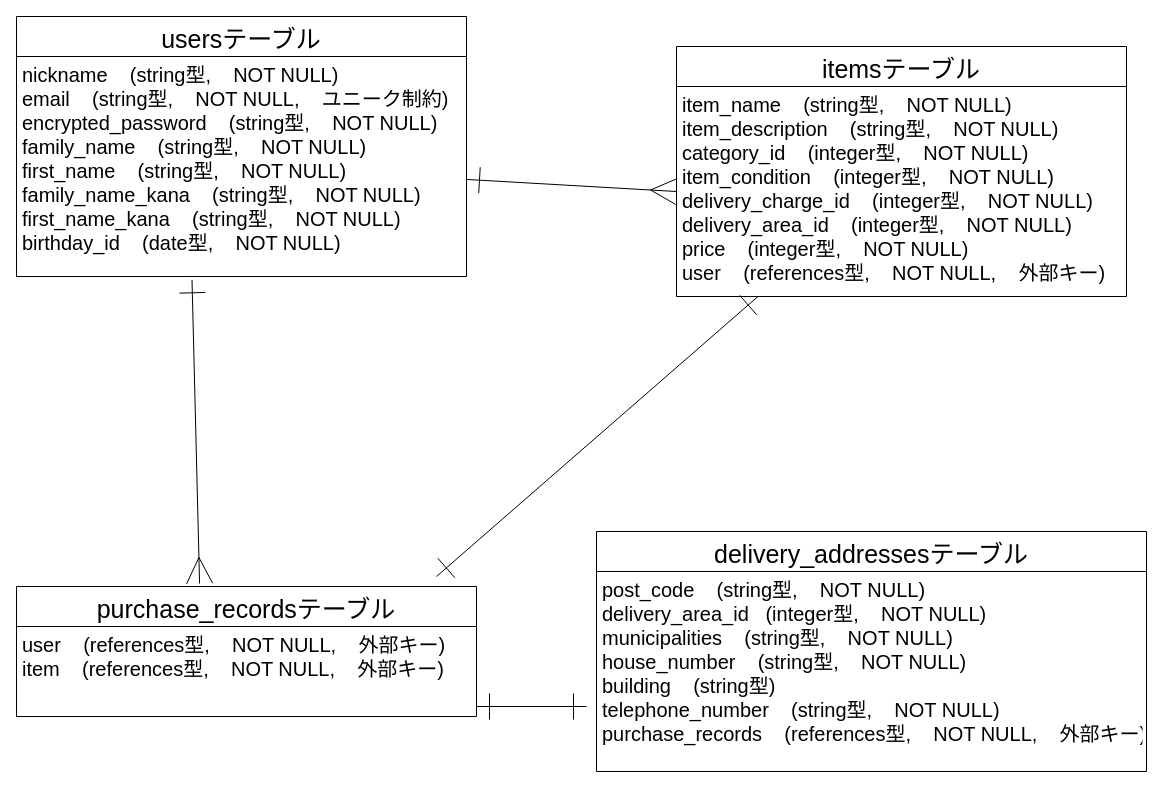
The draw.io diagram furima-38429.dio in mth3428/furima-38429, before the edit. Source tidied: cells renumbered, new cells numbered last; positions are measured from the earlier drawing's top-left corner, leaving out a move shared by most shapes. Both pictures are drawn from the tidied source at 100%, with x=0, y=0 at pixel (16, 16).
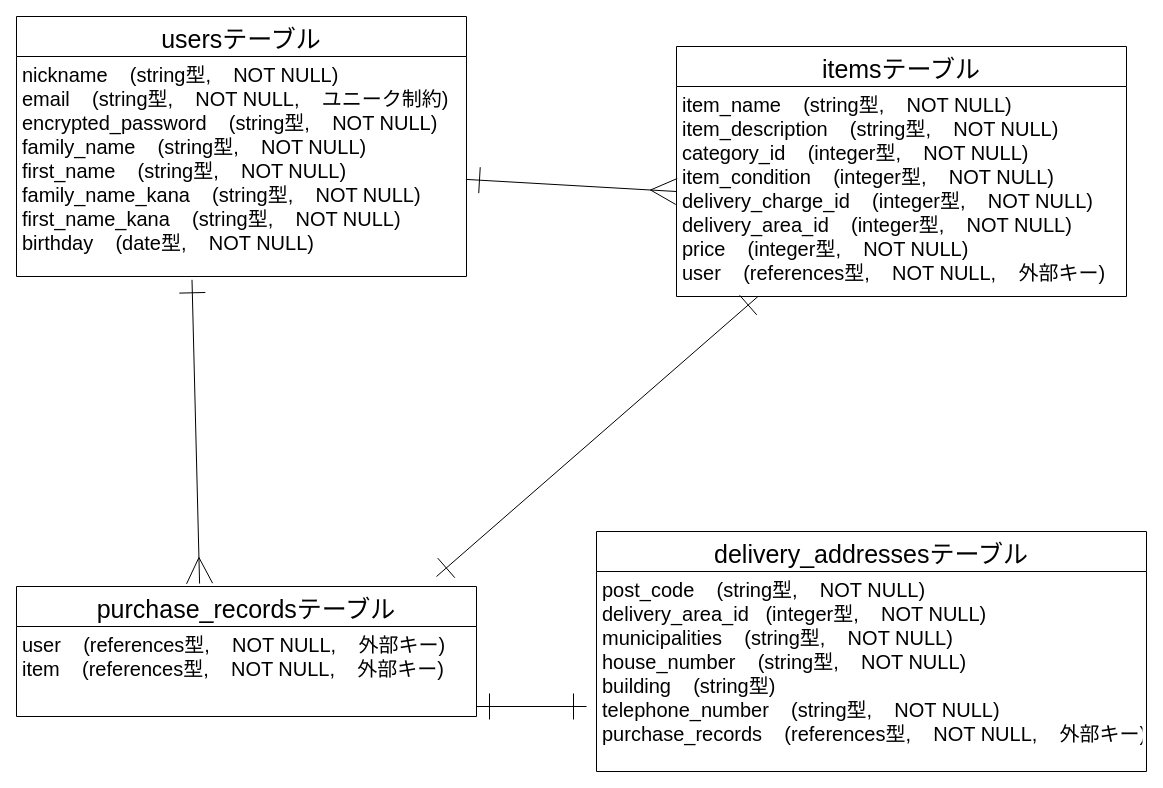
After the change.

The edit, as a diff of the source:
```diff
@@
 <mxGraphModel>
   <root>
     <mxCell id="0" />
     <mxCell id="1" parent="0" />
     <mxCell id="2" value="usersテーブル" style="swimlane;fontStyle=0;horizontal=1;startSize=40;align=center;fontSize=25;" parent="1" vertex="1">
       <mxGeometry width="450" height="260" as="geometry" />
     </mxCell>
-    <mxCell id="3" value="nickname    (string型,    NOT NULL)&#10;email    (string型,    NOT NULL,    ユニーク制約)&#10;encrypted_password    (string型,    NOT NULL)&#10;family_name    (string型,    NOT NULL)&#10;first_name    (string型,    NOT NULL)&#10;family_name_kana    (string型,    NOT NULL)&#10;first_name_kana    (string型,    NOT NULL)&#10;birthday_id    (date型,    NOT NULL)&#10;" style="text;strokeColor=none;fillColor=none;spacingLeft=4;spacingRight=4;overflow=hidden;points=[[0,0.5],[1,0.5]];portConstraint=eastwest;fontSize=20;" parent="2" vertex="1">
+    <mxCell id="3" value="nickname    (string型,    NOT NULL)&#10;email    (string型,    NOT NULL,    ユニーク制約)&#10;encrypted_password    (string型,    NOT NULL)&#10;family_name    (string型,    NOT NULL)&#10;first_name    (string型,    NOT NULL)&#10;family_name_kana    (string型,    NOT NULL)&#10;first_name_kana    (string型,    NOT NULL)&#10;birthday    (date型,    NOT NULL)&#10;" style="text;strokeColor=none;fillColor=none;spacingLeft=4;spacingRight=4;overflow=hidden;points=[[0,0.5],[1,0.5]];portConstraint=eastwest;fontSize=20;" parent="2" vertex="1">
       <mxGeometry y="40" width="450" height="220" as="geometry" />
     </mxCell>
     <mxCell id="4" style="edgeStyle=none;html=1;fontSize=17;startArrow=ERone;startFill=0;endArrow=ERone;endFill=0;startSize=24;endSize=24;strokeWidth=1;" parent="1" edge="1" source="5">
       <mxGeometry relative="1" as="geometry">
         <mxPoint x="420" y="560" as="targetPoint" />
       </mxGeometry>
     </mxCell>
     <mxCell id="5" value="itemsテーブル" style="swimlane;fontStyle=0;horizontal=1;startSize=40;align=center;fontSize=25;" parent="1" vertex="1">
       <mxGeometry x="660" y="30" width="450" height="250" as="geometry" />
     </mxCell>
     <mxCell id="6" value="item_name    (string型,    NOT NULL)&#10;item_description    (string型,    NOT NULL)&#10;category_id    (integer型,    NOT NULL)&#10;item_condition    (integer型,    NOT NULL)&#10;delivery_charge_id    (integer型,    NOT NULL)&#10;delivery_area_id    (integer型,    NOT NULL)&#10;price    (integer型,    NOT NULL)&#10;user    (references型,    NOT NULL,    外部キー)&#10;&#10;" style="text;strokeColor=none;fillColor=none;spacingLeft=4;spacingRight=4;overflow=hidden;points=[[0,0.5],[1,0.5]];portConstraint=eastwest;fontSize=20;" parent="5" vertex="1">
       <mxGeometry y="40" width="450" height="210" as="geometry" />
     </mxCell>
     <mxCell id="7" value="purchase_recordsテーブル" style="swimlane;fontStyle=0;horizontal=1;startSize=40;align=center;fontSize=25;" parent="1" vertex="1">
       <mxGeometry y="570" width="460" height="130" as="geometry" />
     </mxCell>
     <mxCell id="8" value="user    (references型,    NOT NULL,    外部キー)&#10;item    (references型,    NOT NULL,    外部キー)&#10;" style="text;strokeColor=none;fillColor=none;spacingLeft=4;spacingRight=4;overflow=hidden;fontSize=20;" parent="7" vertex="1">
       <mxGeometry y="40" width="460" height="90" as="geometry" />
     </mxCell>
     <mxCell id="9" value="delivery_addressesテーブル" style="swimlane;fontStyle=0;horizontal=1;startSize=40;align=center;fontSize=25;" parent="1" vertex="1">
       <mxGeometry x="580" y="515" width="550" height="240" as="geometry" />
     </mxCell>
     <mxCell id="10" value="post_code    (string型,    NOT NULL)&#10;delivery_area_id   (integer型,    NOT NULL)&#10;municipalities    (string型,    NOT NULL)&#10;house_number    (string型,    NOT NULL)&#10;building    (string型)&#10;telephone_number    (string型,    NOT NULL)&#10;purchase_records    (references型,    NOT NULL,    外部キー)" style="text;strokeColor=none;fillColor=none;spacingLeft=4;spacingRight=4;overflow=hidden;fontSize=20;" parent="9" vertex="1">
       <mxGeometry y="40" width="550" height="200" as="geometry" />
     </mxCell>
     <mxCell id="11" style="edgeStyle=none;html=1;entryX=0;entryY=0.5;entryDx=0;entryDy=0;fontSize=17;endArrow=ERmany;endFill=0;startArrow=ERone;startFill=0;strokeWidth=1;endSize=24;startSize=24;" parent="1" edge="1" source="3" target="6">
       <mxGeometry relative="1" as="geometry" />
     </mxCell>
     <mxCell id="12" style="edgeStyle=none;html=1;entryX=0.398;entryY=-0.023;entryDx=0;entryDy=0;fontSize=17;endArrow=ERmany;endFill=0;startArrow=ERone;startFill=0;strokeWidth=1;endSize=24;startSize=24;entryPerimeter=0;exitX=0.39;exitY=1.015;exitDx=0;exitDy=0;exitPerimeter=0;" parent="1" edge="1" source="3" target="7">
       <mxGeometry relative="1" as="geometry" />
     </mxCell>
     <mxCell id="13" style="edgeStyle=none;html=1;fontSize=17;startArrow=ERone;startFill=0;endArrow=ERone;endFill=0;startSize=24;endSize=24;strokeWidth=1;" parent="1" edge="1">
       <mxGeometry relative="1" as="geometry">
         <mxPoint x="570" y="690" as="sourcePoint" />
         <mxPoint x="460" y="690" as="targetPoint" />
       </mxGeometry>
     </mxCell>
   </root>
 </mxGraphModel>
```
